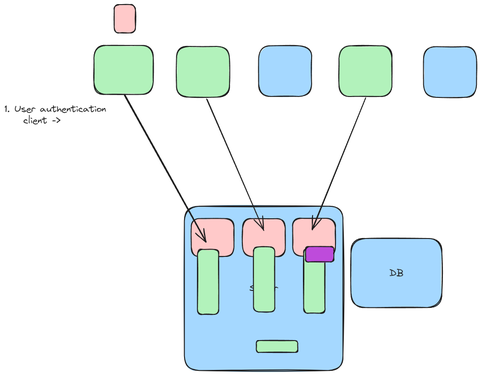
Before: img/app.excalidraw.png, a diagram exported from Excalidraw (silvercodes/p23_np). Source tidied: one line per element, renumbered; positions are measured from the earlier drawing's top-left corner, leaving out a move shared by most shapes.
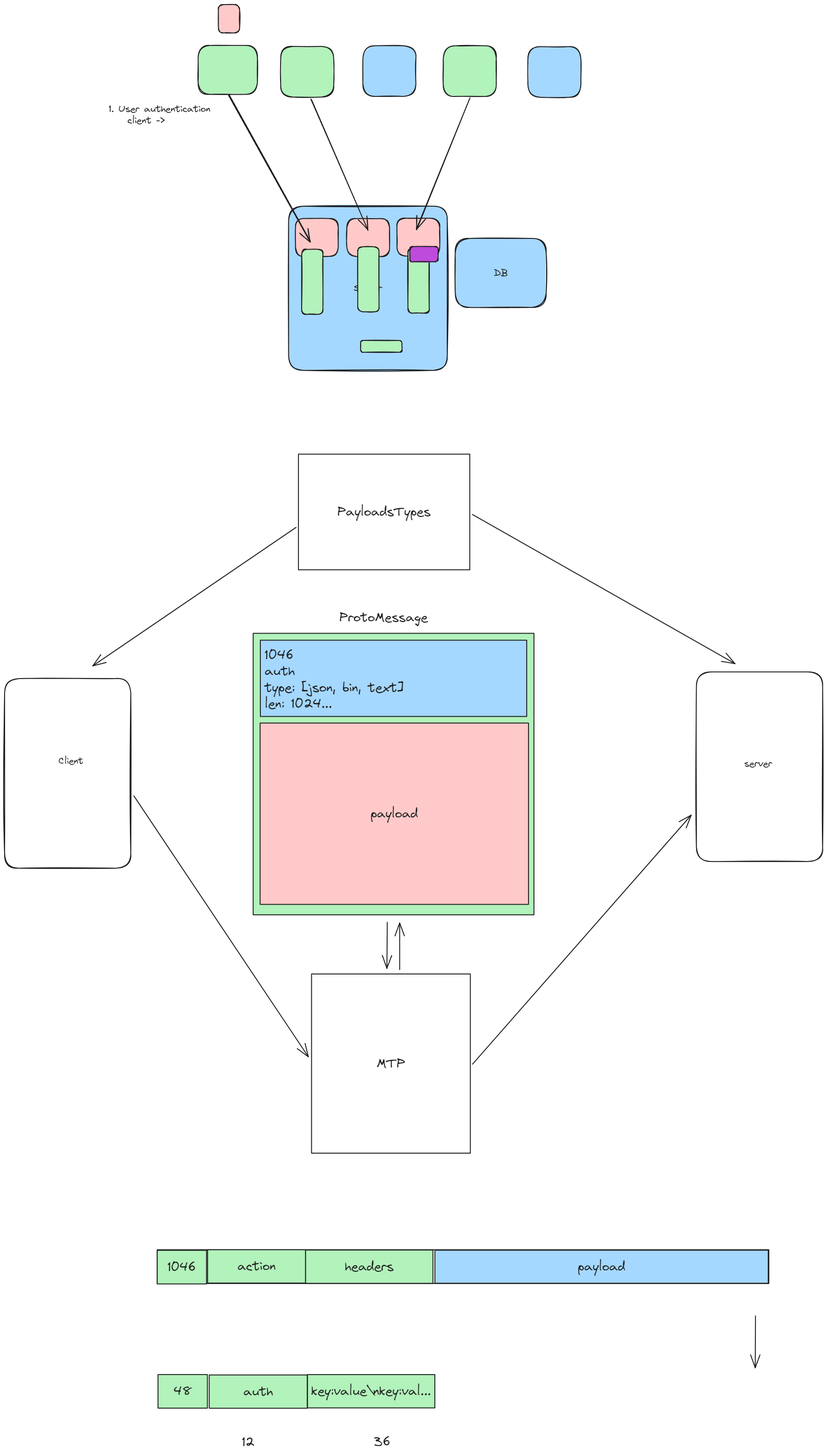
Above is the later version.

Diff of the diagram source:
```diff
@@ -20,3 +20,41 @@
 {"id": 19, "type": "rectangle", "strokeColor": "#1e1e1e", "backgroundColor": "#be4bdb", "fillStyle": "solid", "strokeWidth": 2, "roughness": 1, "round": true, "x": 656, "y": 527, "width": 61, "height": 33}
 {"id": 20, "type": "rectangle", "strokeColor": "#1e1e1e", "backgroundColor": "#b2f2bb", "fillStyle": "solid", "strokeWidth": 2, "roughness": 1, "round": true, "x": 548, "y": 731, "width": 90, "height": 26}
 {"id": 21, "type": "text", "text": "1. User authentication\n    client ->\n        \n  ", "strokeColor": "#1e1e1e", "backgroundColor": "#b2f2bb", "fillStyle": "solid", "strokeWidth": 2, "roughness": 1, "fontSize": 20.4, "fontFamily": 1, "x": 0, "y": 215, "width": 221, "height": 102}
+{"id": 22, "type": "rectangle", "strokeColor": "#1e1e1e", "strokeWidth": 2, "roughness": 1, "round": true, "x": -227, "y": 1467, "width": 275, "height": 413}
+{"id": 23, "type": "rectangle", "strokeColor": "#1e1e1e", "strokeWidth": 2, "roughness": 1, "round": true, "x": 1280, "y": 1453, "width": 275, "height": 413}
+{"id": 24, "type": "text", "text": "Client", "strokeColor": "#1e1e1e", "strokeWidth": 2, "roughness": 1, "fontSize": 20, "fontFamily": 1, "x": -109, "y": 1634, "width": 54, "height": 25}
+{"id": 25, "type": "text", "text": "server", "strokeColor": "#1e1e1e", "strokeWidth": 2, "roughness": 1, "fontSize": 20, "fontFamily": 1, "x": 1384, "y": 1640, "width": 60, "height": 25}
+{"id": 26, "type": "rectangle", "strokeColor": "#1e1e1e", "backgroundColor": "#b2f2bb", "fillStyle": "solid", "strokeWidth": 2, "roughness": 0, "x": 315, "y": 1368, "width": 611, "height": 613}
+{"id": 27, "type": "rectangle", "strokeColor": "#1e1e1e", "backgroundColor": "#ffc9c9", "fillStyle": "solid", "strokeWidth": 2, "roughness": 0, "x": 330, "y": 1564, "width": 584, "height": 395}
+{"id": 28, "type": "text", "text": "payload", "strokeColor": "#1e1e1e", "backgroundColor": "#ffc9c9", "fillStyle": "solid", "strokeWidth": 2, "roughness": 0, "fontSize": 28, "fontFamily": 1, "textAlign": "center", "verticalAlign": "middle", "inside": 27, "x": 570, "y": 1744, "width": 103, "height": 35}
+{"id": 29, "type": "rectangle", "strokeColor": "#1e1e1e", "backgroundColor": "#a5d8ff", "fillStyle": "solid", "strokeWidth": 2, "roughness": 0, "x": 330, "y": 1384, "width": 580, "height": 166}
+{"id": 30, "type": "text", "text": "1046\nauth\ntype: [json, bin, text]\nlen: 1024...", "strokeColor": "#1e1e1e", "backgroundColor": "#a5d8ff", "fillStyle": "solid", "strokeWidth": 2, "roughness": 0, "fontSize": 28.43, "fontFamily": 1, "x": 340, "y": 1399, "width": 303, "height": 142}
+{"id": 31, "type": "rectangle", "strokeColor": "#1e1e1e", "strokeWidth": 2, "roughness": 0, "x": 413, "y": 979, "width": 373, "height": 252}
+{"id": 32, "type": "text", "text": "PayloadsTypes", "strokeColor": "#1e1e1e", "strokeWidth": 2, "roughness": 0, "fontSize": 28, "fontFamily": 1, "textAlign": "center", "verticalAlign": "middle", "inside": 31, "x": 498, "y": 1087, "width": 203, "height": 35}
+{"id": 33, "type": "arrow", "strokeColor": "#1e1e1e", "strokeWidth": 2, "roughness": 0, "endArrowhead": "arrow", "from": 31, "to": 22, "x": 408, "y": 1138, "width": 443, "height": 302, "points": [[0, 0], [-443, 302]]}
+{"id": 34, "type": "arrow", "strokeColor": "#1e1e1e", "strokeWidth": 2, "roughness": 0, "endArrowhead": "arrow", "from": 31, "to": 23, "x": 792, "y": 1110, "width": 572, "height": 325, "points": [[0, 0], [572, 325]]}
+{"id": 35, "type": "rectangle", "strokeColor": "#1e1e1e", "strokeWidth": 2, "roughness": 0, "x": 442, "y": 2110, "width": 346, "height": 390}
+{"id": 36, "type": "text", "text": "MTP", "strokeColor": "#1e1e1e", "strokeWidth": 2, "roughness": 0, "fontSize": 28, "fontFamily": 1, "textAlign": "center", "verticalAlign": "middle", "inside": 35, "x": 583, "y": 2288, "width": 62, "height": 35}
+{"id": 37, "type": "arrow", "strokeColor": "#1e1e1e", "strokeWidth": 2, "roughness": 0, "endArrowhead": "arrow", "from": 26, "to": 35, "x": 607, "y": 1997, "width": 1, "height": 100, "points": [[0, 0], [-1, 100]]}
+{"id": 38, "type": "arrow", "strokeColor": "#1e1e1e", "strokeWidth": 2, "roughness": 0, "endArrowhead": "arrow", "from": 22, "to": 35, "x": 55, "y": 1722, "width": 380, "height": 568, "points": [[0, 0], [380, 568]]}
+{"id": 39, "type": "arrow", "strokeColor": "#1e1e1e", "strokeWidth": 2, "roughness": 0, "endArrowhead": "arrow", "from": 35, "to": 26, "x": 634, "y": 2101, "width": 0, "height": 102, "points": [[0, 0], [0, -102]]}
+{"id": 40, "type": "arrow", "strokeColor": "#1e1e1e", "strokeWidth": 2, "roughness": 0, "endArrowhead": "arrow", "from": 35, "to": 23, "x": 792, "y": 2306, "width": 476, "height": 542, "points": [[0, 0], [476, -542]]}
+{"id": 41, "type": "text", "text": "ProtoMessage", "strokeColor": "#1e1e1e", "strokeWidth": 2, "roughness": 0, "fontSize": 28, "fontFamily": 1, "x": 502, "y": 1317, "width": 193, "height": 35}
+{"id": 42, "type": "rectangle", "strokeColor": "#1e1e1e", "strokeWidth": 2, "roughness": 0, "x": 106, "y": 2710, "width": 1332, "height": 74}
+{"id": 43, "type": "rectangle", "strokeColor": "#1e1e1e", "backgroundColor": "#b2f2bb", "fillStyle": "solid", "strokeWidth": 2, "roughness": 0, "x": 106, "y": 2712, "width": 107, "height": 73}
+{"id": 44, "type": "text", "text": "1046", "strokeColor": "#1e1e1e", "backgroundColor": "#b2f2bb", "fillStyle": "solid", "strokeWidth": 2, "roughness": 0, "fontSize": 28, "fontFamily": 1, "textAlign": "center", "verticalAlign": "middle", "inside": 43, "x": 128, "y": 2731, "width": 63, "height": 35}
+{"id": 45, "type": "rectangle", "strokeColor": "#1e1e1e", "backgroundColor": "#b2f2bb", "fillStyle": "solid", "strokeWidth": 2, "roughness": 0, "x": 215, "y": 2710, "width": 213, "height": 72}
+{"id": 46, "type": "text", "text": "action", "strokeColor": "#1e1e1e", "backgroundColor": "#b2f2bb", "fillStyle": "solid", "strokeWidth": 2, "roughness": 0, "fontSize": 28, "fontFamily": 1, "textAlign": "center", "verticalAlign": "middle", "inside": 45, "x": 280, "y": 2729, "width": 83, "height": 35}
+{"id": 47, "type": "rectangle", "strokeColor": "#1e1e1e", "backgroundColor": "#b2f2bb", "fillStyle": "solid", "strokeWidth": 2, "roughness": 0, "x": 429, "y": 2711, "width": 277, "height": 72}
+{"id": 48, "type": "text", "text": "headers", "strokeColor": "#1e1e1e", "backgroundColor": "#b2f2bb", "fillStyle": "solid", "strokeWidth": 2, "roughness": 0, "fontSize": 28, "fontFamily": 1, "textAlign": "center", "verticalAlign": "middle", "inside": 47, "x": 514, "y": 2730, "width": 106, "height": 35}
+{"id": 49, "type": "rectangle", "strokeColor": "#1e1e1e", "backgroundColor": "#a5d8ff", "fillStyle": "solid", "strokeWidth": 2, "roughness": 0, "x": 710, "y": 2711, "width": 726, "height": 72}
+{"id": 50, "type": "text", "text": "payload", "strokeColor": "#1e1e1e", "backgroundColor": "#a5d8ff", "fillStyle": "solid", "strokeWidth": 2, "roughness": 0, "fontSize": 28, "fontFamily": 1, "textAlign": "center", "verticalAlign": "middle", "inside": 49, "x": 1022, "y": 2730, "width": 103, "height": 35}
+{"id": 51, "type": "rectangle", "strokeColor": "#1e1e1e", "backgroundColor": "#b2f2bb", "fillStyle": "solid", "strokeWidth": 2, "roughness": 0, "x": 107, "y": 2982, "width": 107, "height": 73}
+{"id": 52, "type": "text", "text": "48", "strokeColor": "#1e1e1e", "backgroundColor": "#b2f2bb", "fillStyle": "solid", "strokeWidth": 2, "roughness": 0, "fontSize": 28, "fontFamily": 1, "textAlign": "center", "verticalAlign": "middle", "inside": 51, "x": 141, "y": 3001, "width": 39, "height": 35}
+{"id": 53, "type": "rectangle", "strokeColor": "#1e1e1e", "backgroundColor": "#b2f2bb", "fillStyle": "solid", "strokeWidth": 2, "roughness": 0, "x": 219, "y": 2983, "width": 213, "height": 72}
+{"id": 54, "type": "text", "text": "auth", "strokeColor": "#1e1e1e", "backgroundColor": "#b2f2bb", "fillStyle": "solid", "strokeWidth": 2, "roughness": 0, "fontSize": 28, "fontFamily": 1, "textAlign": "center", "verticalAlign": "middle", "inside": 53, "x": 293, "y": 3002, "width": 64, "height": 35}
+{"id": 55, "type": "rectangle", "strokeColor": "#1e1e1e", "backgroundColor": "#b2f2bb", "fillStyle": "solid", "strokeWidth": 2, "roughness": 0, "x": 433, "y": 2982, "width": 277, "height": 72}
+{"id": 56, "type": "text", "text": "key:value\\nkey:val...", "strokeColor": "#1e1e1e", "backgroundColor": "#b2f2bb", "fillStyle": "solid", "strokeWidth": 2, "roughness": 0, "fontSize": 28, "fontFamily": 1, "textAlign": "center", "verticalAlign": "middle", "inside": 55, "x": 441, "y": 3001, "width": 260, "height": 35}
+{"id": 57, "type": "text", "text": "12", "strokeColor": "#1e1e1e", "backgroundColor": "#b2f2bb", "fillStyle": "solid", "strokeWidth": 2, "roughness": 0, "fontSize": 28, "fontFamily": 1, "x": 290, "y": 3112, "width": 28, "height": 35}
+{"id": 58, "type": "text", "text": "36", "strokeColor": "#1e1e1e", "backgroundColor": "#b2f2bb", "fillStyle": "solid", "strokeWidth": 2, "roughness": 0, "fontSize": 28, "fontFamily": 1, "x": 577, "y": 3111, "width": 37, "height": 35}
+{"id": 59, "type": "arrow", "strokeColor": "#1e1e1e", "backgroundColor": "#b2f2bb", "fillStyle": "solid", "strokeWidth": 2, "roughness": 0, "endArrowhead": "arrow", "x": 1409, "y": 2854, "width": 1, "height": 113, "points": [[0, 0], [-1, 113]]}
```
